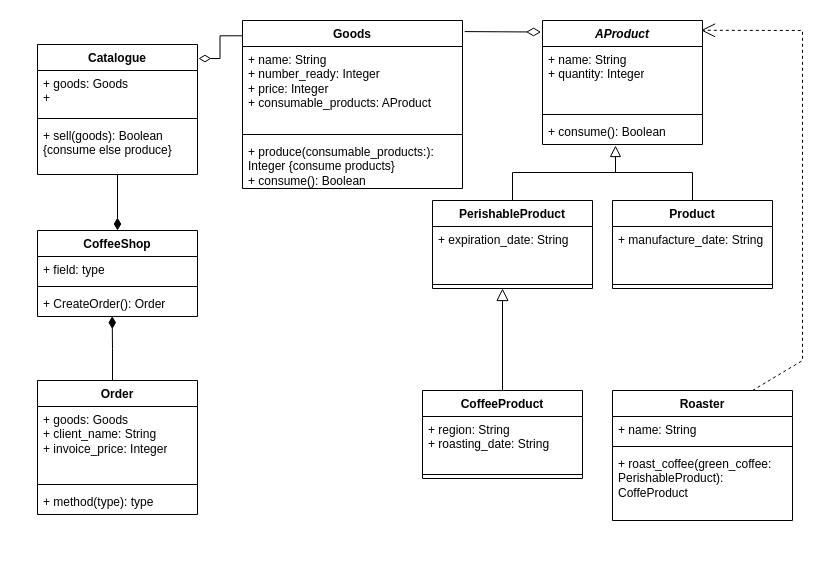
Before: lab1/cd.drawio in R3plicant/ooap_lab1, a draw.io diagram. Source tidied: cells renumbered, new cells numbered last; positions are measured from the earlier drawing's top-left corner, leaving out a move shared by most shapes. Both pictures are drawn from the tidied source at 100%, with x=0, y=0 at pixel (37, 20).
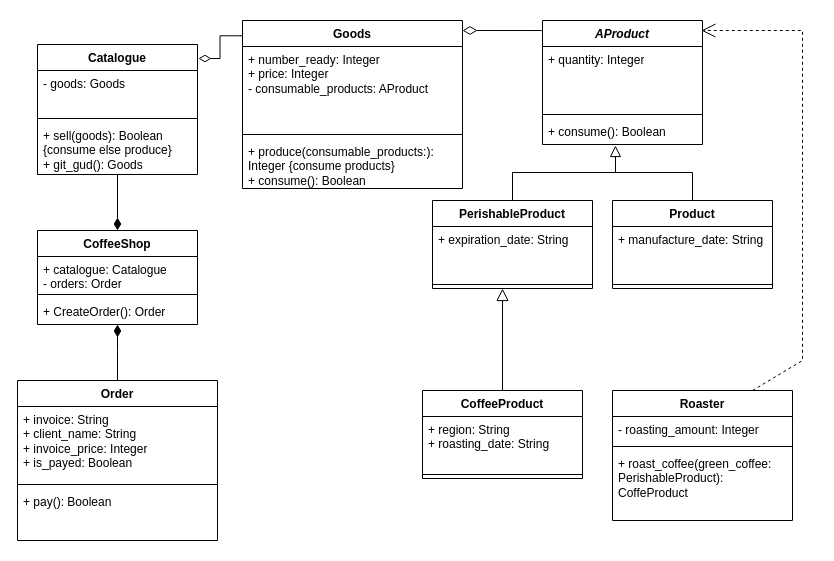
After the change.

The change refers to these unchanged cells:
```xml
<mxCell id="2" value="&lt;i&gt;AProduct&lt;/i&gt;" style="swimlane;fontStyle=1;align=center;verticalAlign=top;horizontal=1;startSize=26;whiteSpace=wrap;html=1;" parent="1" vertex="1">
  <mxGeometry x="505" width="160" height="124" as="geometry" />
</mxCell>
<mxCell id="9" value="Catalogue" style="swimlane;fontStyle=1;align=center;verticalAlign=top;horizontal=1;startSize=26;whiteSpace=wrap;html=1;" parent="1" vertex="1">
  <mxGeometry y="24" width="160" height="130" as="geometry" />
</mxCell>
<mxCell id="17" value="Goods" style="swimlane;fontStyle=1;align=center;verticalAlign=top;horizontal=1;startSize=26;whiteSpace=wrap;html=1;" parent="1" vertex="1">
  <mxGeometry x="205" width="220" height="168" as="geometry" />
</mxCell>
<mxCell id="32" value="Roaster" style="swimlane;fontStyle=1;align=center;verticalAlign=top;horizontal=1;startSize=26;whiteSpace=wrap;html=1;" parent="1" vertex="1">
  <mxGeometry x="575" y="370" width="180" height="130" as="geometry" />
</mxCell>
```

Change to the diagram source:
```diff
@@
-    <mxCell id="3" value="+ name: String&lt;br&gt;+ quantity: Integer" style="text;strokeColor=none;fillColor=none;align=left;verticalAlign=top;spacingLeft=4;spacingRight=4;overflow=hidden;whiteSpace=wrap;html=1;" parent="2" vertex="1">
+    <mxCell id="3" value="+ quantity: Integer" style="text;strokeColor=none;fillColor=none;align=left;verticalAlign=top;spacingLeft=4;spacingRight=4;overflow=hidden;whiteSpace=wrap;html=1;" parent="2" vertex="1">
       <mxGeometry y="26" width="160" height="64" as="geometry" />
     </mxCell>
@@
-    <mxCell id="10" value="+ goods: Goods&lt;br&gt;+&amp;nbsp;" style="text;strokeColor=none;fillColor=none;align=left;verticalAlign=top;spacingLeft=4;spacingRight=4;overflow=hidden;whiteSpace=wrap;html=1;" parent="9" vertex="1">
+    <mxCell id="10" value="- goods: Goods" style="text;strokeColor=none;fillColor=none;align=left;verticalAlign=top;spacingLeft=4;spacingRight=4;overflow=hidden;whiteSpace=wrap;html=1;" parent="9" vertex="1">
       <mxGeometry y="26" width="160" height="44" as="geometry" />
     </mxCell>
@@
-    <mxCell id="12" value="+ sell(goods): Boolean {consume else produce}" style="text;strokeColor=none;fillColor=none;align=left;verticalAlign=top;spacingLeft=4;spacingRight=4;overflow=hidden;points=[[0,0.5],[1,0.5]];portConstraint=eastwest;whiteSpace=wrap;html=1;" parent="9" vertex="1">
+    <mxCell id="12" value="+ sell(goods): Boolean {consume else produce}&lt;br&gt;+ git_gud(): Goods" style="text;strokeColor=none;fillColor=none;align=left;verticalAlign=top;spacingLeft=4;spacingRight=4;overflow=hidden;points=[[0,0.5],[1,0.5]];portConstraint=eastwest;whiteSpace=wrap;html=1;" parent="9" vertex="1">
       <mxGeometry y="78" width="160" height="52" as="geometry" />
     </mxCell>
@@
-    <mxCell id="18" value="+ name: String&lt;br&gt;+ number_ready: Integer&lt;br&gt;+ price: Integer&lt;br&gt;+ consumable_products: AProduct" style="text;strokeColor=none;fillColor=none;align=left;verticalAlign=top;spacingLeft=4;spacingRight=4;overflow=hidden;whiteSpace=wrap;html=1;" parent="17" vertex="1">
+    <mxCell id="18" value="+ number_ready: Integer&lt;br&gt;+ price: Integer&lt;br&gt;- consumable_products: AProduct" style="text;strokeColor=none;fillColor=none;align=left;verticalAlign=top;spacingLeft=4;spacingRight=4;overflow=hidden;whiteSpace=wrap;html=1;" parent="17" vertex="1">
       <mxGeometry y="26" width="220" height="84" as="geometry" />
     </mxCell>
@@
-    <mxCell id="24" style="edgeStyle=orthogonalEdgeStyle;rounded=0;jettySize=auto;html=1;entryX=0.467;entryY=0.985;entryDx=0;entryDy=0;endArrow=diamondThin;endFill=1;endSize=10;entryPerimeter=0;" parent="1" edge="1" source="25" target="42">
+    <mxCell id="24" style="edgeStyle=orthogonalEdgeStyle;rounded=0;jettySize=auto;html=1;endArrow=diamondThin;endFill=1;endSize=10;exitX=0.5;exitY=0;exitDx=0;exitDy=0;" parent="1" edge="1" source="25" target="42">
       <mxGeometry relative="1" as="geometry">
         <Array as="points">
-          <mxPoint x="75" y="328" />
-          <mxPoint x="75" y="328" />
+          <mxPoint x="80" y="330" />
+          <mxPoint x="80" y="330" />
         </Array>
       </mxGeometry>
     </mxCell>
     <mxCell id="25" value="Order" style="swimlane;fontStyle=1;align=center;verticalAlign=top;horizontal=1;startSize=26;whiteSpace=wrap;html=1;" parent="1" vertex="1">
-      <mxGeometry y="360" width="160" height="134" as="geometry" />
+      <mxGeometry x="-20" y="360" width="200" height="160" as="geometry" />
     </mxCell>
-    <mxCell id="26" value="+ goods: Goods&lt;br&gt;+ client_name: String&lt;br&gt;+ invoice_price: Integer" style="text;strokeColor=none;fillColor=none;align=left;verticalAlign=top;spacingLeft=4;spacingRight=4;overflow=hidden;whiteSpace=wrap;html=1;" parent="25" vertex="1">
-      <mxGeometry y="26" width="160" height="74" as="geometry" />
+    <mxCell id="26" value="+ invoice: String&lt;br&gt;+ client_name: String&lt;br&gt;+ invoice_price: Integer&lt;br&gt;+ is_payed: Boolean" style="text;strokeColor=none;fillColor=none;align=left;verticalAlign=top;spacingLeft=4;spacingRight=4;overflow=hidden;whiteSpace=wrap;html=1;" parent="25" vertex="1">
+      <mxGeometry y="26" width="200" height="74" as="geometry" />
     </mxCell>
     <mxCell id="27" style="line;strokeWidth=1;fillColor=none;align=left;verticalAlign=middle;spacingTop=-1;spacingLeft=3;spacingRight=3;labelPosition=right;strokeColor=inherit;" parent="25" vertex="1">
-      <mxGeometry y="100" width="160" height="8" as="geometry" />
+      <mxGeometry y="100" width="200" height="8" as="geometry" />
     </mxCell>
-    <mxCell id="28" value="+ method(type): type" style="text;strokeColor=none;fillColor=none;align=left;verticalAlign=top;spacingLeft=4;spacingRight=4;overflow=hidden;whiteSpace=wrap;html=1;" parent="25" vertex="1">
-      <mxGeometry y="108" width="160" height="26" as="geometry" />
+    <mxCell id="28" value="+ pay(): Boolean" style="text;strokeColor=none;fillColor=none;align=left;verticalAlign=top;spacingLeft=4;spacingRight=4;overflow=hidden;whiteSpace=wrap;html=1;" parent="25" vertex="1">
+      <mxGeometry y="108" width="200" height="52" as="geometry" />
     </mxCell>
@@
-    <mxCell id="33" value="+ name: String" style="text;strokeColor=none;fillColor=none;align=left;verticalAlign=top;spacingLeft=4;spacingRight=4;overflow=hidden;whiteSpace=wrap;html=1;" parent="32" vertex="1">
+    <mxCell id="33" value="- roasting_amount: Integer" style="text;strokeColor=none;fillColor=none;align=left;verticalAlign=top;spacingLeft=4;spacingRight=4;overflow=hidden;whiteSpace=wrap;html=1;" parent="32" vertex="1">
       <mxGeometry y="26" width="180" height="26" as="geometry" />
     </mxCell>
@@
-    <mxCell id="37" style="endArrow=diamondThin;endSize=12;html=1;rounded=0;exitX=1.01;exitY=0.066;exitDx=0;exitDy=0;exitPerimeter=0;entryX=-0.009;entryY=0.093;entryDx=0;entryDy=0;entryPerimeter=0;endFill=0;" parent="1" edge="1" source="17" target="2">
-      <mxGeometry relative="1" as="geometry" />
+    <mxCell id="37" style="endArrow=diamondThin;endSize=12;html=1;rounded=0;endFill=0;exitX=-0.004;exitY=0.081;exitDx=0;exitDy=0;exitPerimeter=0;" parent="1" edge="1" source="2">
+      <mxGeometry relative="1" as="geometry">
+        <mxPoint x="425" y="10" as="targetPoint" />
+      </mxGeometry>
     </mxCell>
-    <mxCell id="38" style="endArrow=open;endSize=12;dashed=1;html=1;rounded=0;entryX=0.991;entryY=0.079;entryDx=0;entryDy=0;entryPerimeter=0;" parent="1" edge="1" target="2">
+    <mxCell id="38" style="endArrow=open;endSize=12;dashed=1;html=1;rounded=0;" parent="1" edge="1">
       <mxGeometry x="0.06" y="-28" relative="1" as="geometry">
         <mxPoint x="715" y="370" as="sourcePoint" />
+        <mxPoint x="664" y="10" as="targetPoint" />
         <Array as="points">
           <mxPoint x="765" y="340" />
           <mxPoint x="765" y="210" />
           <mxPoint x="765" y="10" />
         </Array>
         <mxPoint x="-1" as="offset" />
       </mxGeometry>
     </mxCell>
     <mxCell id="39" value="CoffeeShop" style="swimlane;fontStyle=1;align=center;verticalAlign=top;horizontal=1;startSize=26;whiteSpace=wrap;html=1;" parent="1" vertex="1">
-      <mxGeometry y="210" width="160" height="86" as="geometry" />
+      <mxGeometry y="210" width="160" height="94" as="geometry" />
     </mxCell>
-    <mxCell id="40" value="+ field: type" style="text;strokeColor=none;fillColor=none;align=left;verticalAlign=top;spacingLeft=4;spacingRight=4;overflow=hidden;whiteSpace=wrap;html=1;" parent="39" vertex="1">
-      <mxGeometry y="26" width="160" height="26" as="geometry" />
+    <mxCell id="40" value="+ catalogue: Catalogue&lt;br&gt;- orders: Order" style="text;strokeColor=none;fillColor=none;align=left;verticalAlign=top;spacingLeft=4;spacingRight=4;overflow=hidden;whiteSpace=wrap;html=1;" parent="39" vertex="1">
+      <mxGeometry y="26" width="160" height="34" as="geometry" />
     </mxCell>
     <mxCell id="41" style="line;strokeWidth=1;fillColor=none;align=left;verticalAlign=middle;spacingTop=-1;spacingLeft=3;spacingRight=3;labelPosition=right;strokeColor=inherit;" parent="39" vertex="1">
-      <mxGeometry y="52" width="160" height="8" as="geometry" />
+      <mxGeometry y="60" width="160" height="8" as="geometry" />
     </mxCell>
     <mxCell id="42" value="+ CreateOrder(): Order" style="text;strokeColor=none;fillColor=none;align=left;verticalAlign=top;spacingLeft=4;spacingRight=4;overflow=hidden;points=[[0,0.5],[1,0.5]];portConstraint=eastwest;whiteSpace=wrap;html=1;" parent="39" vertex="1">
-      <mxGeometry y="60" width="160" height="26" as="geometry" />
+      <mxGeometry y="68" width="160" height="26" as="geometry" />
     </mxCell>
```
